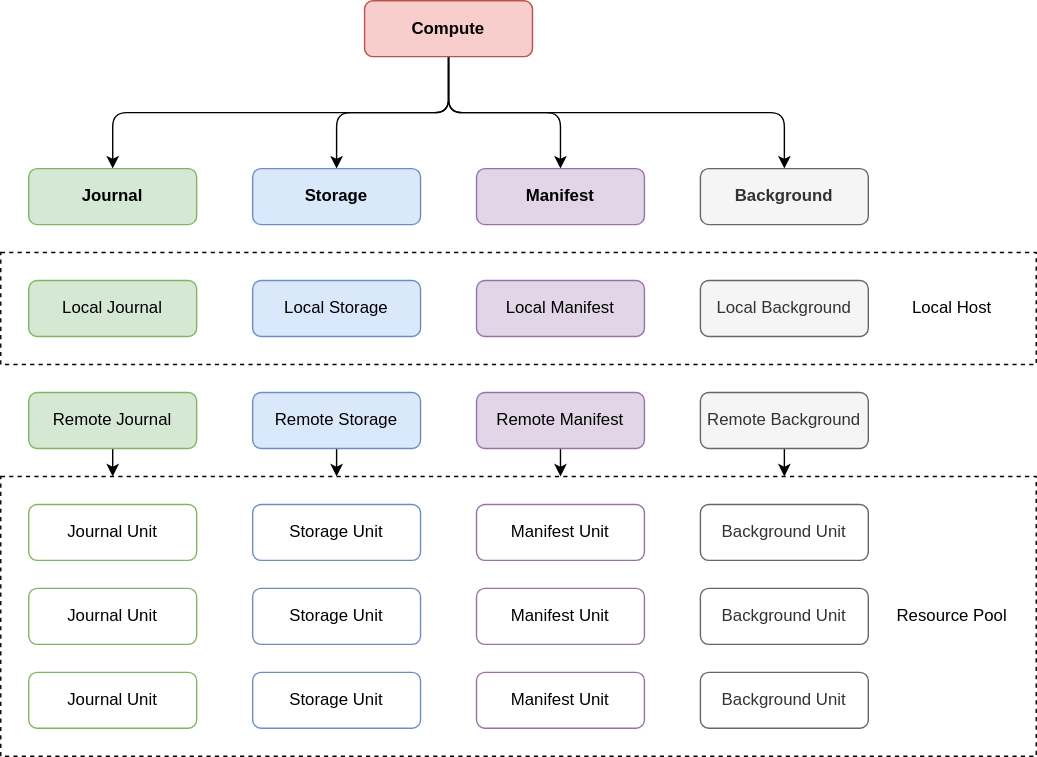
Above: docs/images/architecture.drawio.svg in engula/engula (draw.io), before the change. Source tidied: cells renumbered, new cells last; positions are measured from the earlier drawing's top-left corner, leaving out a move shared by most shapes. Source of this version:
```xml
<mxGraphModel>
  <root>
    <mxCell id="0" />
    <mxCell id="1" parent="0" />
    <mxCell id="2" style="rounded=0;whiteSpace=wrap;html=1;dashed=1;fillColor=none;" parent="1" vertex="1">
      <mxGeometry y="180" width="740" height="80" as="geometry" />
    </mxCell>
    <mxCell id="3" style="rounded=0;whiteSpace=wrap;html=1;fillColor=none;dashed=1;" parent="1" vertex="1">
      <mxGeometry y="340" width="740" height="200" as="geometry" />
    </mxCell>
    <mxCell id="4" style="edgeStyle=orthogonalEdgeStyle;rounded=1;jettySize=auto;html=1;exitX=0.5;exitY=1;exitDx=0;exitDy=0;entryX=0.5;entryY=0;entryDx=0;entryDy=0;" parent="1" edge="1" source="8" target="9">
      <mxGeometry relative="1" as="geometry" />
    </mxCell>
    <mxCell id="5" style="edgeStyle=orthogonalEdgeStyle;rounded=1;jettySize=auto;html=1;exitX=0.5;exitY=1;exitDx=0;exitDy=0;entryX=0.5;entryY=0;entryDx=0;entryDy=0;" parent="1" edge="1" source="8" target="10">
      <mxGeometry relative="1" as="geometry" />
    </mxCell>
    <mxCell id="6" style="edgeStyle=orthogonalEdgeStyle;rounded=1;jettySize=auto;html=1;exitX=0.5;exitY=1;exitDx=0;exitDy=0;entryX=0.5;entryY=0;entryDx=0;entryDy=0;" parent="1" edge="1" source="8" target="11">
      <mxGeometry relative="1" as="geometry" />
    </mxCell>
    <mxCell id="7" style="edgeStyle=orthogonalEdgeStyle;rounded=1;jettySize=auto;html=1;exitX=0.5;exitY=1;exitDx=0;exitDy=0;entryX=0.5;entryY=0;entryDx=0;entryDy=0;" parent="1" edge="1" source="8" target="12">
      <mxGeometry relative="1" as="geometry" />
    </mxCell>
    <mxCell id="8" value="Compute" style="rounded=1;whiteSpace=wrap;html=1;fillColor=#f8cecc;strokeColor=#b85450;fontStyle=1;" parent="1" vertex="1">
      <mxGeometry x="260" width="120" height="40" as="geometry" />
    </mxCell>
    <mxCell id="9" value="Journal" style="rounded=1;whiteSpace=wrap;html=1;fillColor=#d5e8d4;strokeColor=#82b366;fontStyle=1;" parent="1" vertex="1">
      <mxGeometry x="20" y="120" width="120" height="40" as="geometry" />
    </mxCell>
    <mxCell id="10" value="Storage" style="rounded=1;whiteSpace=wrap;html=1;fillColor=#dae8fc;strokeColor=#6c8ebf;fontStyle=1;" parent="1" vertex="1">
      <mxGeometry x="180" y="120" width="120" height="40" as="geometry" />
    </mxCell>
    <mxCell id="11" value="Manifest" style="rounded=1;whiteSpace=wrap;html=1;fillColor=#e1d5e7;strokeColor=#9673a6;fontStyle=1;" parent="1" vertex="1">
      <mxGeometry x="340" y="120" width="120" height="40" as="geometry" />
    </mxCell>
    <mxCell id="12" value="Background" style="rounded=1;whiteSpace=wrap;html=1;fillColor=#f5f5f5;strokeColor=#666666;fontColor=#333333;fontStyle=1;" parent="1" vertex="1">
      <mxGeometry x="500" y="120" width="120" height="40" as="geometry" />
    </mxCell>
    <mxCell id="13" value="Journal Unit" style="rounded=1;whiteSpace=wrap;html=1;strokeColor=#82b366;fillColor=none;" parent="1" vertex="1">
      <mxGeometry x="20" y="360" width="120" height="40" as="geometry" />
    </mxCell>
    <mxCell id="14" value="Journal Unit" style="rounded=1;whiteSpace=wrap;html=1;strokeColor=#82b366;fillColor=none;" parent="1" vertex="1">
      <mxGeometry x="20" y="420" width="120" height="40" as="geometry" />
    </mxCell>
    <mxCell id="15" value="Storage Unit" style="rounded=1;whiteSpace=wrap;html=1;strokeColor=#6c8ebf;fillColor=none;" parent="1" vertex="1">
      <mxGeometry x="180" y="360" width="120" height="40" as="geometry" />
    </mxCell>
    <mxCell id="16" value="Manifest Unit" style="rounded=1;whiteSpace=wrap;html=1;strokeColor=#9673a6;fillColor=none;" parent="1" vertex="1">
      <mxGeometry x="340" y="360" width="120" height="40" as="geometry" />
    </mxCell>
    <mxCell id="17" value="Background Unit" style="rounded=1;whiteSpace=wrap;html=1;strokeColor=#666666;fontColor=#333333;fillColor=none;" parent="1" vertex="1">
      <mxGeometry x="500" y="360" width="120" height="40" as="geometry" />
    </mxCell>
    <mxCell id="18" value="Local Journal" style="rounded=1;whiteSpace=wrap;html=1;fillColor=#d5e8d4;strokeColor=#82b366;" parent="1" vertex="1">
      <mxGeometry x="20" y="200" width="120" height="40" as="geometry" />
    </mxCell>
    <mxCell id="19" value="Local Storage" style="rounded=1;whiteSpace=wrap;html=1;fillColor=#dae8fc;strokeColor=#6c8ebf;" parent="1" vertex="1">
      <mxGeometry x="180" y="200" width="120" height="40" as="geometry" />
    </mxCell>
    <mxCell id="20" value="Local Manifest" style="rounded=1;whiteSpace=wrap;html=1;fillColor=#e1d5e7;strokeColor=#9673a6;" parent="1" vertex="1">
      <mxGeometry x="340" y="200" width="120" height="40" as="geometry" />
    </mxCell>
    <mxCell id="21" value="Local Background" style="rounded=1;whiteSpace=wrap;html=1;fillColor=#f5f5f5;strokeColor=#666666;fontColor=#333333;" parent="1" vertex="1">
      <mxGeometry x="500" y="200" width="120" height="40" as="geometry" />
    </mxCell>
    <mxCell id="22" style="edgeStyle=orthogonalEdgeStyle;rounded=1;jettySize=auto;html=1;exitX=0.5;exitY=1;exitDx=0;exitDy=0;" parent="1" edge="1" source="23">
      <mxGeometry relative="1" as="geometry">
        <mxPoint x="80" y="340" as="targetPoint" />
      </mxGeometry>
    </mxCell>
    <mxCell id="23" value="Remote Journal" style="rounded=1;whiteSpace=wrap;html=1;fillColor=#d5e8d4;strokeColor=#82b366;" parent="1" vertex="1">
      <mxGeometry x="20" y="280" width="120" height="40" as="geometry" />
    </mxCell>
    <mxCell id="24" style="edgeStyle=orthogonalEdgeStyle;rounded=1;jettySize=auto;html=1;exitX=0.5;exitY=1;exitDx=0;exitDy=0;" parent="1" edge="1" source="25">
      <mxGeometry relative="1" as="geometry">
        <mxPoint x="240" y="340" as="targetPoint" />
      </mxGeometry>
    </mxCell>
    <mxCell id="25" value="Remote Storage" style="rounded=1;whiteSpace=wrap;html=1;fillColor=#dae8fc;strokeColor=#6c8ebf;" parent="1" vertex="1">
      <mxGeometry x="180" y="280" width="120" height="40" as="geometry" />
    </mxCell>
    <mxCell id="26" style="edgeStyle=orthogonalEdgeStyle;rounded=1;jettySize=auto;html=1;exitX=0.5;exitY=1;exitDx=0;exitDy=0;" parent="1" edge="1" source="27">
      <mxGeometry relative="1" as="geometry">
        <mxPoint x="400" y="340" as="targetPoint" />
      </mxGeometry>
    </mxCell>
    <mxCell id="27" value="Remote Manifest" style="rounded=1;whiteSpace=wrap;html=1;fillColor=#e1d5e7;strokeColor=#9673a6;" parent="1" vertex="1">
      <mxGeometry x="340" y="280" width="120" height="40" as="geometry" />
    </mxCell>
    <mxCell id="28" style="edgeStyle=orthogonalEdgeStyle;rounded=1;jettySize=auto;html=1;exitX=0.5;exitY=1;exitDx=0;exitDy=0;" parent="1" edge="1" source="29">
      <mxGeometry relative="1" as="geometry">
        <mxPoint x="560" y="340" as="targetPoint" />
      </mxGeometry>
    </mxCell>
    <mxCell id="29" value="Remote Background" style="rounded=1;whiteSpace=wrap;html=1;fillColor=#f5f5f5;strokeColor=#666666;fontColor=#333333;" parent="1" vertex="1">
      <mxGeometry x="500" y="280" width="120" height="40" as="geometry" />
    </mxCell>
    <mxCell id="30" value="Resource Pool" style="text;html=1;strokeColor=none;fillColor=none;align=center;verticalAlign=middle;whiteSpace=wrap;rounded=0;dashed=1;" parent="1" vertex="1">
      <mxGeometry x="620" y="420" width="120" height="40" as="geometry" />
    </mxCell>
    <mxCell id="31" value="Journal Unit" style="rounded=1;whiteSpace=wrap;html=1;strokeColor=#82b366;fillColor=none;" parent="1" vertex="1">
      <mxGeometry x="20" y="480" width="120" height="40" as="geometry" />
    </mxCell>
    <mxCell id="32" value="Storage Unit" style="rounded=1;whiteSpace=wrap;html=1;strokeColor=#6c8ebf;fillColor=none;" parent="1" vertex="1">
      <mxGeometry x="180" y="420" width="120" height="40" as="geometry" />
    </mxCell>
    <mxCell id="33" value="Storage Unit" style="rounded=1;whiteSpace=wrap;html=1;strokeColor=#6c8ebf;fillColor=none;" parent="1" vertex="1">
      <mxGeometry x="180" y="480" width="120" height="40" as="geometry" />
    </mxCell>
    <mxCell id="34" value="Manifest Unit" style="rounded=1;whiteSpace=wrap;html=1;strokeColor=#9673a6;fillColor=none;" parent="1" vertex="1">
      <mxGeometry x="340" y="420" width="120" height="40" as="geometry" />
    </mxCell>
    <mxCell id="35" value="Manifest Unit" style="rounded=1;whiteSpace=wrap;html=1;strokeColor=#9673a6;fillColor=none;" parent="1" vertex="1">
      <mxGeometry x="340" y="480" width="120" height="40" as="geometry" />
    </mxCell>
    <mxCell id="36" value="Background Unit" style="rounded=1;whiteSpace=wrap;html=1;strokeColor=#666666;fontColor=#333333;fillColor=none;" parent="1" vertex="1">
      <mxGeometry x="500" y="420" width="120" height="40" as="geometry" />
    </mxCell>
    <mxCell id="37" value="Background Unit" style="rounded=1;whiteSpace=wrap;html=1;strokeColor=#666666;fontColor=#333333;fillColor=none;" parent="1" vertex="1">
      <mxGeometry x="500" y="480" width="120" height="40" as="geometry" />
    </mxCell>
    <mxCell id="38" value="Local Host" style="text;html=1;strokeColor=none;fillColor=none;align=center;verticalAlign=middle;whiteSpace=wrap;rounded=0;dashed=1;" parent="1" vertex="1">
      <mxGeometry x="620" y="200" width="120" height="40" as="geometry" />
    </mxCell>
  </root>
</mxGraphModel>
```
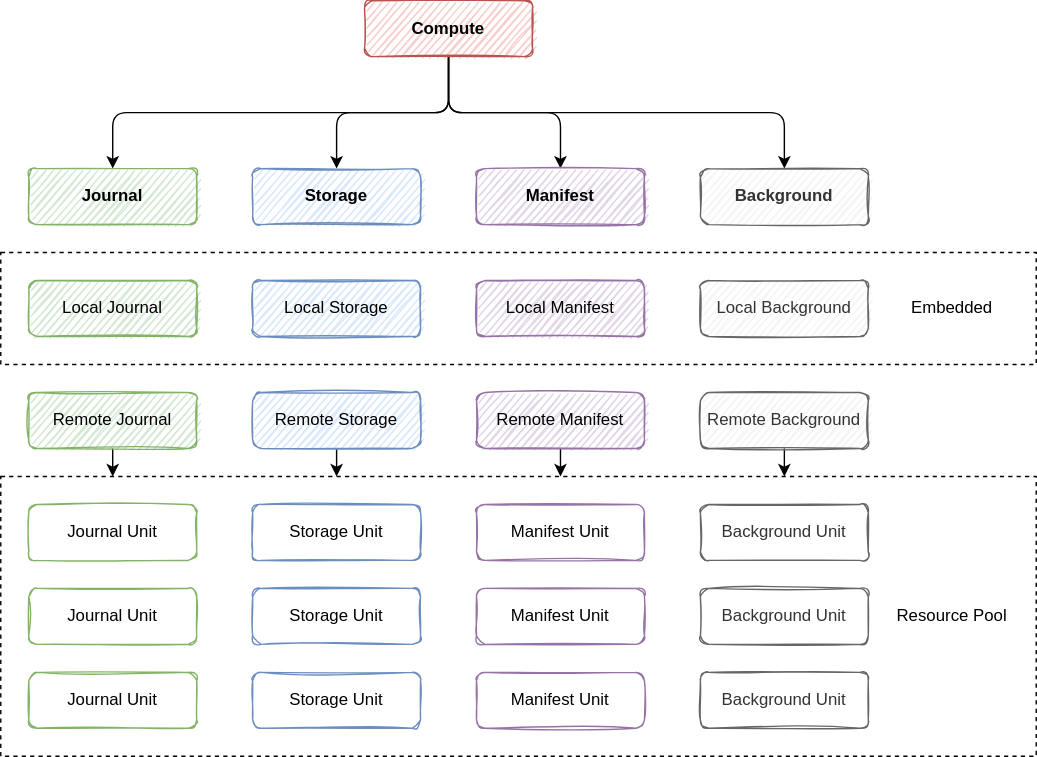
Above is the later version.

The edit, as a diff of the source:
```diff
@@ -20,46 +20,46 @@
     <mxCell id="7" style="edgeStyle=orthogonalEdgeStyle;rounded=1;jettySize=auto;html=1;exitX=0.5;exitY=1;exitDx=0;exitDy=0;entryX=0.5;entryY=0;entryDx=0;entryDy=0;" parent="1" edge="1" source="8" target="12">
       <mxGeometry relative="1" as="geometry" />
     </mxCell>
-    <mxCell id="8" value="Compute" style="rounded=1;whiteSpace=wrap;html=1;fillColor=#f8cecc;strokeColor=#b85450;fontStyle=1;" parent="1" vertex="1">
+    <mxCell id="8" value="Compute" style="rounded=1;whiteSpace=wrap;html=1;fillColor=#f8cecc;strokeColor=#b85450;fontStyle=1;sketch=1;" parent="1" vertex="1">
       <mxGeometry x="260" width="120" height="40" as="geometry" />
     </mxCell>
-    <mxCell id="9" value="Journal" style="rounded=1;whiteSpace=wrap;html=1;fillColor=#d5e8d4;strokeColor=#82b366;fontStyle=1;" parent="1" vertex="1">
+    <mxCell id="9" value="Journal" style="rounded=1;whiteSpace=wrap;html=1;fillColor=#d5e8d4;strokeColor=#82b366;fontStyle=1;sketch=1;" parent="1" vertex="1">
       <mxGeometry x="20" y="120" width="120" height="40" as="geometry" />
     </mxCell>
-    <mxCell id="10" value="Storage" style="rounded=1;whiteSpace=wrap;html=1;fillColor=#dae8fc;strokeColor=#6c8ebf;fontStyle=1;" parent="1" vertex="1">
+    <mxCell id="10" value="Storage" style="rounded=1;whiteSpace=wrap;html=1;fillColor=#dae8fc;strokeColor=#6c8ebf;fontStyle=1;sketch=1;" parent="1" vertex="1">
       <mxGeometry x="180" y="120" width="120" height="40" as="geometry" />
     </mxCell>
-    <mxCell id="11" value="Manifest" style="rounded=1;whiteSpace=wrap;html=1;fillColor=#e1d5e7;strokeColor=#9673a6;fontStyle=1;" parent="1" vertex="1">
+    <mxCell id="11" value="Manifest" style="rounded=1;whiteSpace=wrap;html=1;fillColor=#e1d5e7;strokeColor=#9673a6;fontStyle=1;sketch=1;" parent="1" vertex="1">
       <mxGeometry x="340" y="120" width="120" height="40" as="geometry" />
     </mxCell>
-    <mxCell id="12" value="Background" style="rounded=1;whiteSpace=wrap;html=1;fillColor=#f5f5f5;strokeColor=#666666;fontColor=#333333;fontStyle=1;" parent="1" vertex="1">
+    <mxCell id="12" value="Background" style="rounded=1;whiteSpace=wrap;html=1;fillColor=#f5f5f5;strokeColor=#666666;fontStyle=1;sketch=1;fontColor=#333333;" parent="1" vertex="1">
       <mxGeometry x="500" y="120" width="120" height="40" as="geometry" />
     </mxCell>
-    <mxCell id="13" value="Journal Unit" style="rounded=1;whiteSpace=wrap;html=1;strokeColor=#82b366;fillColor=none;" parent="1" vertex="1">
+    <mxCell id="13" value="Journal Unit" style="rounded=1;whiteSpace=wrap;html=1;strokeColor=#82b366;glass=0;sketch=1;fillColor=none;" parent="1" vertex="1">
       <mxGeometry x="20" y="360" width="120" height="40" as="geometry" />
     </mxCell>
-    <mxCell id="14" value="Journal Unit" style="rounded=1;whiteSpace=wrap;html=1;strokeColor=#82b366;fillColor=none;" parent="1" vertex="1">
+    <mxCell id="14" value="Journal Unit" style="rounded=1;whiteSpace=wrap;html=1;strokeColor=#82b366;glass=0;sketch=1;fillColor=none;" parent="1" vertex="1">
       <mxGeometry x="20" y="420" width="120" height="40" as="geometry" />
     </mxCell>
-    <mxCell id="15" value="Storage Unit" style="rounded=1;whiteSpace=wrap;html=1;strokeColor=#6c8ebf;fillColor=none;" parent="1" vertex="1">
+    <mxCell id="15" value="Storage Unit" style="rounded=1;whiteSpace=wrap;html=1;strokeColor=#6c8ebf;sketch=1;fillColor=none;" parent="1" vertex="1">
       <mxGeometry x="180" y="360" width="120" height="40" as="geometry" />
     </mxCell>
-    <mxCell id="16" value="Manifest Unit" style="rounded=1;whiteSpace=wrap;html=1;strokeColor=#9673a6;fillColor=none;" parent="1" vertex="1">
+    <mxCell id="16" value="Manifest Unit" style="rounded=1;whiteSpace=wrap;html=1;strokeColor=#9673a6;sketch=1;fillColor=none;" parent="1" vertex="1">
       <mxGeometry x="340" y="360" width="120" height="40" as="geometry" />
     </mxCell>
-    <mxCell id="17" value="Background Unit" style="rounded=1;whiteSpace=wrap;html=1;strokeColor=#666666;fontColor=#333333;fillColor=none;" parent="1" vertex="1">
+    <mxCell id="17" value="Background Unit" style="rounded=1;whiteSpace=wrap;html=1;strokeColor=#666666;sketch=1;fontColor=#333333;fillColor=none;" parent="1" vertex="1">
       <mxGeometry x="500" y="360" width="120" height="40" as="geometry" />
     </mxCell>
-    <mxCell id="18" value="Local Journal" style="rounded=1;whiteSpace=wrap;html=1;fillColor=#d5e8d4;strokeColor=#82b366;" parent="1" vertex="1">
+    <mxCell id="18" value="Local Journal" style="rounded=1;whiteSpace=wrap;html=1;fillColor=#d5e8d4;strokeColor=#82b366;sketch=1;" parent="1" vertex="1">
       <mxGeometry x="20" y="200" width="120" height="40" as="geometry" />
     </mxCell>
-    <mxCell id="19" value="Local Storage" style="rounded=1;whiteSpace=wrap;html=1;fillColor=#dae8fc;strokeColor=#6c8ebf;" parent="1" vertex="1">
+    <mxCell id="19" value="Local Storage" style="rounded=1;whiteSpace=wrap;html=1;fillColor=#dae8fc;strokeColor=#6c8ebf;sketch=1;" parent="1" vertex="1">
       <mxGeometry x="180" y="200" width="120" height="40" as="geometry" />
     </mxCell>
-    <mxCell id="20" value="Local Manifest" style="rounded=1;whiteSpace=wrap;html=1;fillColor=#e1d5e7;strokeColor=#9673a6;" parent="1" vertex="1">
+    <mxCell id="20" value="Local Manifest" style="rounded=1;whiteSpace=wrap;html=1;fillColor=#e1d5e7;strokeColor=#9673a6;sketch=1;" parent="1" vertex="1">
       <mxGeometry x="340" y="200" width="120" height="40" as="geometry" />
     </mxCell>
-    <mxCell id="21" value="Local Background" style="rounded=1;whiteSpace=wrap;html=1;fillColor=#f5f5f5;strokeColor=#666666;fontColor=#333333;" parent="1" vertex="1">
+    <mxCell id="21" value="Local Background" style="rounded=1;whiteSpace=wrap;html=1;fillColor=#f5f5f5;strokeColor=#666666;sketch=1;fontColor=#333333;" parent="1" vertex="1">
       <mxGeometry x="500" y="200" width="120" height="40" as="geometry" />
     </mxCell>
     <mxCell id="22" style="edgeStyle=orthogonalEdgeStyle;rounded=1;jettySize=auto;html=1;exitX=0.5;exitY=1;exitDx=0;exitDy=0;" parent="1" edge="1" source="23">
@@ -67,7 +67,7 @@
         <mxPoint x="80" y="340" as="targetPoint" />
       </mxGeometry>
     </mxCell>
-    <mxCell id="23" value="Remote Journal" style="rounded=1;whiteSpace=wrap;html=1;fillColor=#d5e8d4;strokeColor=#82b366;" parent="1" vertex="1">
+    <mxCell id="23" value="Remote Journal" style="rounded=1;whiteSpace=wrap;html=1;fillColor=#d5e8d4;strokeColor=#82b366;sketch=1;" parent="1" vertex="1">
       <mxGeometry x="20" y="280" width="120" height="40" as="geometry" />
     </mxCell>
     <mxCell id="24" style="edgeStyle=orthogonalEdgeStyle;rounded=1;jettySize=auto;html=1;exitX=0.5;exitY=1;exitDx=0;exitDy=0;" parent="1" edge="1" source="25">
@@ -75,7 +75,7 @@
         <mxPoint x="240" y="340" as="targetPoint" />
       </mxGeometry>
     </mxCell>
-    <mxCell id="25" value="Remote Storage" style="rounded=1;whiteSpace=wrap;html=1;fillColor=#dae8fc;strokeColor=#6c8ebf;" parent="1" vertex="1">
+    <mxCell id="25" value="Remote Storage" style="rounded=1;whiteSpace=wrap;html=1;fillColor=#dae8fc;strokeColor=#6c8ebf;sketch=1;" parent="1" vertex="1">
       <mxGeometry x="180" y="280" width="120" height="40" as="geometry" />
     </mxCell>
     <mxCell id="26" style="edgeStyle=orthogonalEdgeStyle;rounded=1;jettySize=auto;html=1;exitX=0.5;exitY=1;exitDx=0;exitDy=0;" parent="1" edge="1" source="27">
@@ -83,7 +83,7 @@
         <mxPoint x="400" y="340" as="targetPoint" />
       </mxGeometry>
     </mxCell>
-    <mxCell id="27" value="Remote Manifest" style="rounded=1;whiteSpace=wrap;html=1;fillColor=#e1d5e7;strokeColor=#9673a6;" parent="1" vertex="1">
+    <mxCell id="27" value="Remote Manifest" style="rounded=1;whiteSpace=wrap;html=1;fillColor=#e1d5e7;strokeColor=#9673a6;sketch=1;" parent="1" vertex="1">
       <mxGeometry x="340" y="280" width="120" height="40" as="geometry" />
     </mxCell>
     <mxCell id="28" style="edgeStyle=orthogonalEdgeStyle;rounded=1;jettySize=auto;html=1;exitX=0.5;exitY=1;exitDx=0;exitDy=0;" parent="1" edge="1" source="29">
@@ -91,34 +91,34 @@
         <mxPoint x="560" y="340" as="targetPoint" />
       </mxGeometry>
     </mxCell>
-    <mxCell id="29" value="Remote Background" style="rounded=1;whiteSpace=wrap;html=1;fillColor=#f5f5f5;strokeColor=#666666;fontColor=#333333;" parent="1" vertex="1">
+    <mxCell id="29" value="Remote Background" style="rounded=1;whiteSpace=wrap;html=1;fillColor=#f5f5f5;strokeColor=#666666;sketch=1;fontColor=#333333;" parent="1" vertex="1">
       <mxGeometry x="500" y="280" width="120" height="40" as="geometry" />
     </mxCell>
     <mxCell id="30" value="Resource Pool" style="text;html=1;strokeColor=none;fillColor=none;align=center;verticalAlign=middle;whiteSpace=wrap;rounded=0;dashed=1;" parent="1" vertex="1">
       <mxGeometry x="620" y="420" width="120" height="40" as="geometry" />
     </mxCell>
-    <mxCell id="31" value="Journal Unit" style="rounded=1;whiteSpace=wrap;html=1;strokeColor=#82b366;fillColor=none;" parent="1" vertex="1">
+    <mxCell id="31" value="Journal Unit" style="rounded=1;whiteSpace=wrap;html=1;strokeColor=#82b366;glass=0;sketch=1;fillColor=none;" parent="1" vertex="1">
       <mxGeometry x="20" y="480" width="120" height="40" as="geometry" />
     </mxCell>
-    <mxCell id="32" value="Storage Unit" style="rounded=1;whiteSpace=wrap;html=1;strokeColor=#6c8ebf;fillColor=none;" parent="1" vertex="1">
+    <mxCell id="32" value="Storage Unit" style="rounded=1;whiteSpace=wrap;html=1;strokeColor=#6c8ebf;sketch=1;fillColor=none;" parent="1" vertex="1">
       <mxGeometry x="180" y="420" width="120" height="40" as="geometry" />
     </mxCell>
-    <mxCell id="33" value="Storage Unit" style="rounded=1;whiteSpace=wrap;html=1;strokeColor=#6c8ebf;fillColor=none;" parent="1" vertex="1">
+    <mxCell id="33" value="Storage Unit" style="rounded=1;whiteSpace=wrap;html=1;strokeColor=#6c8ebf;sketch=1;fillColor=none;" parent="1" vertex="1">
       <mxGeometry x="180" y="480" width="120" height="40" as="geometry" />
     </mxCell>
-    <mxCell id="34" value="Manifest Unit" style="rounded=1;whiteSpace=wrap;html=1;strokeColor=#9673a6;fillColor=none;" parent="1" vertex="1">
+    <mxCell id="34" value="Manifest Unit" style="rounded=1;whiteSpace=wrap;html=1;strokeColor=#9673a6;sketch=1;fillColor=none;" parent="1" vertex="1">
       <mxGeometry x="340" y="420" width="120" height="40" as="geometry" />
     </mxCell>
-    <mxCell id="35" value="Manifest Unit" style="rounded=1;whiteSpace=wrap;html=1;strokeColor=#9673a6;fillColor=none;" parent="1" vertex="1">
+    <mxCell id="35" value="Manifest Unit" style="rounded=1;whiteSpace=wrap;html=1;strokeColor=#9673a6;sketch=1;fillColor=none;" parent="1" vertex="1">
       <mxGeometry x="340" y="480" width="120" height="40" as="geometry" />
     </mxCell>
-    <mxCell id="36" value="Background Unit" style="rounded=1;whiteSpace=wrap;html=1;strokeColor=#666666;fontColor=#333333;fillColor=none;" parent="1" vertex="1">
+    <mxCell id="36" value="Background Unit" style="rounded=1;whiteSpace=wrap;html=1;strokeColor=#666666;sketch=1;fontColor=#333333;fillColor=none;" parent="1" vertex="1">
       <mxGeometry x="500" y="420" width="120" height="40" as="geometry" />
     </mxCell>
-    <mxCell id="37" value="Background Unit" style="rounded=1;whiteSpace=wrap;html=1;strokeColor=#666666;fontColor=#333333;fillColor=none;" parent="1" vertex="1">
+    <mxCell id="37" value="Background Unit" style="rounded=1;whiteSpace=wrap;html=1;strokeColor=#666666;sketch=1;fontColor=#333333;fillColor=none;" parent="1" vertex="1">
       <mxGeometry x="500" y="480" width="120" height="40" as="geometry" />
     </mxCell>
-    <mxCell id="38" value="Local Host" style="text;html=1;strokeColor=none;fillColor=none;align=center;verticalAlign=middle;whiteSpace=wrap;rounded=0;dashed=1;" parent="1" vertex="1">
+    <mxCell id="38" value="Embedded" style="text;html=1;strokeColor=none;fillColor=none;align=center;verticalAlign=middle;whiteSpace=wrap;rounded=0;dashed=1;" parent="1" vertex="1">
       <mxGeometry x="620" y="200" width="120" height="40" as="geometry" />
     </mxCell>
   </root>
```
